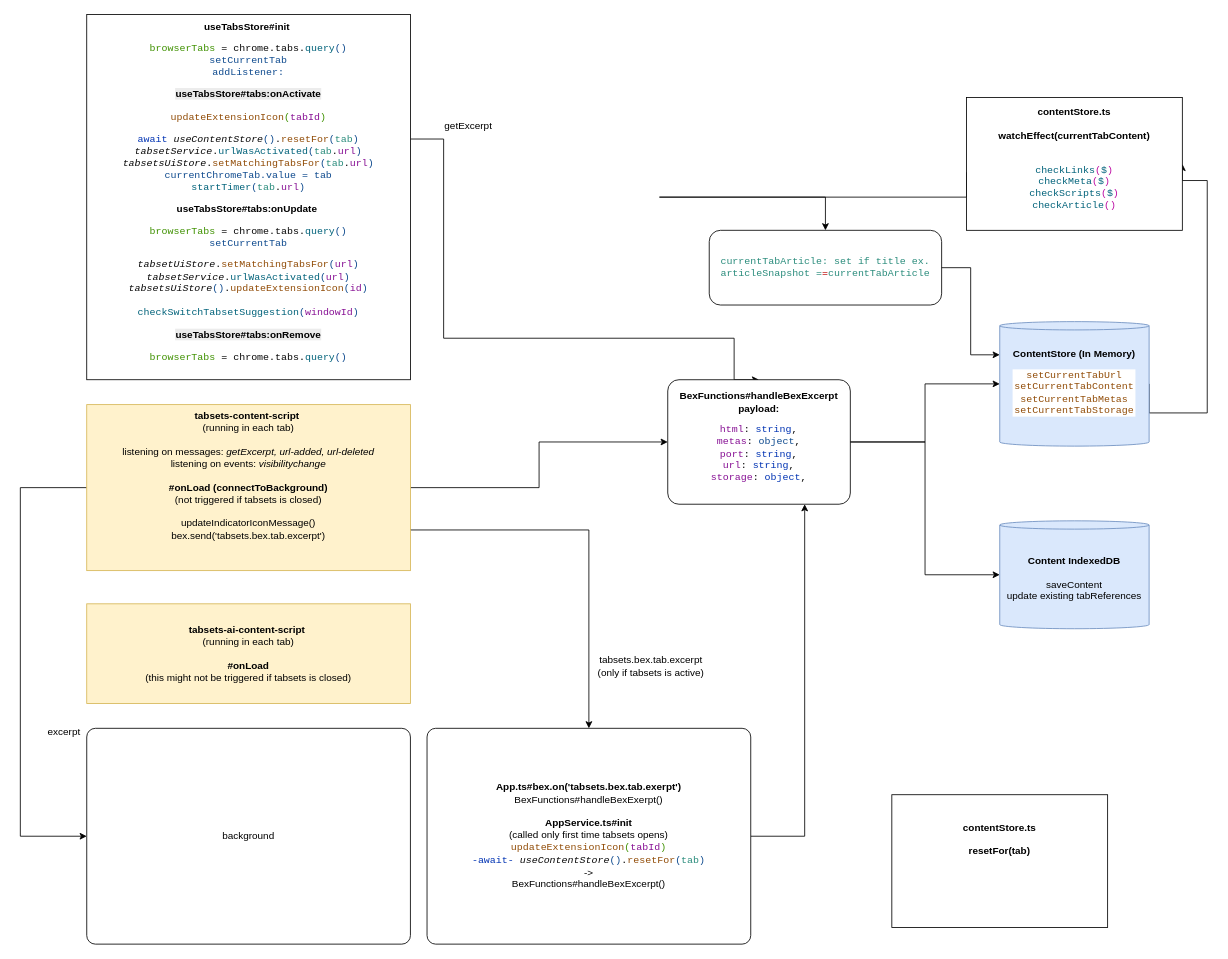
Above: docs/drawio/contentStore.drawio in evandor/tabsets (draw.io), before the change. Source tidied: cells renumbered, new cells numbered last; positions are measured from the earlier drawing's top-left corner, leaving out a move shared by most shapes. Both pictures are drawn from the tidied source at 83%, with x=0, y=0 at pixel (20, 14).
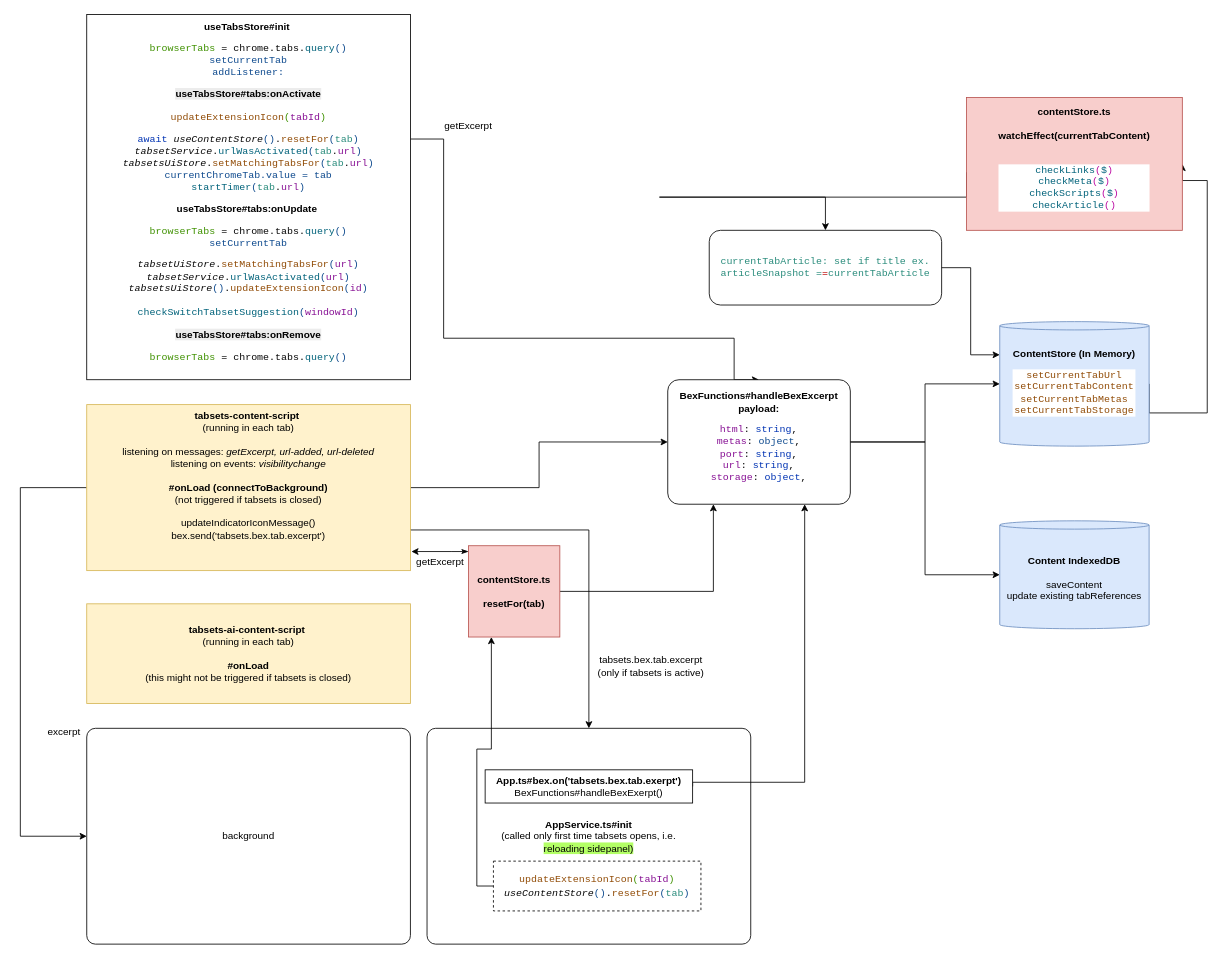
Above is the later version.

Unchanged cells that the change refers to:
```xml
<mxCell id="5" value="&lt;b&gt;tabsets-content-script&amp;nbsp;&lt;/b&gt;&lt;br&gt;(running in each tab)&lt;div&gt;&lt;br&gt;&lt;/div&gt;&lt;div&gt;listening on messages: &lt;i&gt;getExcerpt, url-added, url-deleted&lt;/i&gt;&lt;br&gt;listening on events: &lt;i&gt;visibilitychange&lt;/i&gt;&lt;br&gt;&lt;div&gt;&lt;b&gt;&lt;br&gt;&lt;/b&gt;&lt;/div&gt;&lt;div&gt;&lt;b&gt;#onLoad (connectToBackground)&lt;/b&gt;&lt;/div&gt;&lt;div&gt;(not triggered if tabsets is closed)&lt;br&gt;&lt;br&gt;updateIndicatorIconMessage()&lt;/div&gt;&lt;div&gt;bex.send('tabsets.bex.tab.excerpt')&lt;/div&gt;&lt;div&gt;&lt;b&gt;&lt;br&gt;&lt;/b&gt;&lt;/div&gt;&lt;div&gt;&lt;br&gt;&lt;/div&gt;&lt;/div&gt;" style="rounded=0;whiteSpace=wrap;html=1;fillColor=#fff2cc;strokeColor=#d6b656;" parent="1" vertex="1">
  <mxGeometry x="80" y="470" width="390" height="200" as="geometry" />
</mxCell>
<mxCell id="13" value="&lt;b&gt;BexFunctions#handleBexExcerpt&lt;br&gt;payload:&lt;br&gt;&lt;/b&gt;&lt;div style=&quot;background-color: rgb(255, 255, 255);&quot;&gt;&lt;pre style=&quot;font-family: &amp;quot;JetBrains Mono&amp;quot;, monospace;&quot;&gt;&lt;span style=&quot;color: rgb(135, 16, 148);&quot;&gt;html&lt;/span&gt;&lt;font color=&quot;#080808&quot;&gt;: &lt;/font&gt;&lt;span style=&quot;color: rgb(0, 51, 179);&quot;&gt;string&lt;/span&gt;&lt;font color=&quot;#080808&quot;&gt;,&lt;br&gt;&lt;/font&gt;&lt;span style=&quot;color: rgb(135, 16, 148);&quot;&gt;metas&lt;/span&gt;&lt;font color=&quot;#080808&quot;&gt;: &lt;/font&gt;&lt;font color=&quot;#0e4a8e&quot;&gt;object&lt;/font&gt;&lt;font color=&quot;#080808&quot;&gt;,&lt;br&gt;&lt;/font&gt;&lt;span style=&quot;color: rgb(135, 16, 148);&quot;&gt;port&lt;/span&gt;&lt;font color=&quot;#080808&quot;&gt;: &lt;/font&gt;&lt;span style=&quot;color: rgb(0, 51, 179);&quot;&gt;string&lt;/span&gt;&lt;font color=&quot;#080808&quot;&gt;,&lt;br&gt;&lt;/font&gt;&lt;span style=&quot;color: rgb(135, 16, 148);&quot;&gt;url&lt;/span&gt;&lt;font color=&quot;#080808&quot;&gt;: &lt;/font&gt;&lt;span style=&quot;color: rgb(0, 51, 179);&quot;&gt;string&lt;/span&gt;&lt;font color=&quot;#080808&quot;&gt;,&lt;br&gt;&lt;/font&gt;&lt;span style=&quot;color: rgb(135, 16, 148);&quot;&gt;storage&lt;/span&gt;&lt;font color=&quot;#080808&quot;&gt;: &lt;/font&gt;&lt;span style=&quot;color: rgb(0, 51, 179);&quot;&gt;object&lt;/span&gt;&lt;font color=&quot;#080808&quot;&gt;,&lt;/font&gt;&lt;/pre&gt;&lt;/div&gt;" style="rounded=1;whiteSpace=wrap;html=1;arcSize=9;" parent="1" vertex="1">
  <mxGeometry x="780" y="440" width="220" height="150" as="geometry" />
</mxCell>
```

The edit, as a diff of the source:
```diff
@@
-    <mxCell id="16" value="&lt;b&gt;contentStore.ts&lt;/b&gt;&lt;div&gt;&lt;b&gt;&lt;br&gt;&lt;/b&gt;&lt;/div&gt;&lt;div&gt;&lt;b&gt;watchEffect(currentTabContent)&lt;br&gt;&lt;br&gt;&lt;/b&gt;&lt;div style=&quot;background-color:#ffffff;color:#080808&quot;&gt;&lt;pre style=&quot;font-family:'JetBrains Mono',monospace;font-size:9,8pt;&quot;&gt;&lt;span style=&quot;color:#00627a;&quot;&gt;checkLinks&lt;/span&gt;&lt;span style=&quot;color:#bc0ba2;&quot;&gt;(&lt;/span&gt;&lt;span style=&quot;color:#00627a;&quot;&gt;$&lt;/span&gt;&lt;span style=&quot;color:#bc0ba2;&quot;&gt;)&lt;br&gt;&lt;/span&gt;&lt;span style=&quot;color:#00627a;&quot;&gt;checkMeta&lt;/span&gt;&lt;span style=&quot;color:#bc0ba2;&quot;&gt;(&lt;/span&gt;&lt;span style=&quot;color:#00627a;&quot;&gt;$&lt;/span&gt;&lt;span style=&quot;color:#bc0ba2;&quot;&gt;)&lt;br&gt;&lt;/span&gt;&lt;span style=&quot;color:#00627a;&quot;&gt;checkScripts&lt;/span&gt;&lt;span style=&quot;color:#bc0ba2;&quot;&gt;(&lt;/span&gt;&lt;span style=&quot;color:#00627a;&quot;&gt;$&lt;/span&gt;&lt;span style=&quot;color:#bc0ba2;&quot;&gt;)&lt;br&gt;&lt;/span&gt;&lt;span style=&quot;color:#00627a;&quot;&gt;checkArticle&lt;/span&gt;&lt;span style=&quot;color:#bc0ba2;&quot;&gt;()&lt;/span&gt;&lt;/pre&gt;&lt;/div&gt;&lt;/div&gt;" style="rounded=0;whiteSpace=wrap;html=1;" parent="1" vertex="1">
+    <mxCell id="16" value="&lt;b&gt;contentStore.ts&lt;/b&gt;&lt;div&gt;&lt;b&gt;&lt;br&gt;&lt;/b&gt;&lt;/div&gt;&lt;div&gt;&lt;b&gt;watchEffect(currentTabContent)&lt;br&gt;&lt;br&gt;&lt;/b&gt;&lt;div style=&quot;background-color:#ffffff;color:#080808&quot;&gt;&lt;pre style=&quot;font-family:'JetBrains Mono',monospace;font-size:9,8pt;&quot;&gt;&lt;span style=&quot;color:#00627a;&quot;&gt;checkLinks&lt;/span&gt;&lt;span style=&quot;color:#bc0ba2;&quot;&gt;(&lt;/span&gt;&lt;span style=&quot;color:#00627a;&quot;&gt;$&lt;/span&gt;&lt;span style=&quot;color:#bc0ba2;&quot;&gt;)&lt;br&gt;&lt;/span&gt;&lt;span style=&quot;color:#00627a;&quot;&gt;checkMeta&lt;/span&gt;&lt;span style=&quot;color:#bc0ba2;&quot;&gt;(&lt;/span&gt;&lt;span style=&quot;color:#00627a;&quot;&gt;$&lt;/span&gt;&lt;span style=&quot;color:#bc0ba2;&quot;&gt;)&lt;br&gt;&lt;/span&gt;&lt;span style=&quot;color:#00627a;&quot;&gt;checkScripts&lt;/span&gt;&lt;span style=&quot;color:#bc0ba2;&quot;&gt;(&lt;/span&gt;&lt;span style=&quot;color:#00627a;&quot;&gt;$&lt;/span&gt;&lt;span style=&quot;color:#bc0ba2;&quot;&gt;)&lt;br&gt;&lt;/span&gt;&lt;span style=&quot;color:#00627a;&quot;&gt;checkArticle&lt;/span&gt;&lt;span style=&quot;color:#bc0ba2;&quot;&gt;()&lt;/span&gt;&lt;/pre&gt;&lt;/div&gt;&lt;/div&gt;" style="rounded=0;whiteSpace=wrap;html=1;fillColor=#f8cecc;strokeColor=#b85450;" parent="1" vertex="1">
       <mxGeometry x="1140" y="100" width="260" height="160" as="geometry" />
     </mxCell>
@@
+    <mxCell id="22" value="&lt;div&gt;&lt;br&gt;&lt;/div&gt;&lt;div&gt;&lt;b&gt;&lt;br&gt;&lt;/b&gt;&lt;/div&gt;&lt;div&gt;&lt;b&gt;AppService.ts#init&lt;/b&gt;&lt;br&gt;(&lt;span style=&quot;background-color: transparent; color: light-dark(rgb(0, 0, 0), rgb(255, 255, 255));&quot;&gt;called only first time tabsets opens, i.e.&lt;/span&gt;&lt;/div&gt;&lt;div&gt;&lt;span style=&quot;color: light-dark(rgb(0, 0, 0), rgb(255, 255, 255)); background-color: rgb(179, 255, 102);&quot;&gt;reloading sidepanel)&lt;/span&gt;&lt;/div&gt;&lt;div&gt;&lt;br&gt;&lt;/div&gt;&lt;div&gt;&lt;br&gt;&lt;/div&gt;" style="rounded=1;whiteSpace=wrap;html=1;arcSize=4;" parent="1" vertex="1">
+      <mxGeometry x="490" y="860" width="390" height="260" as="geometry" />
+    </mxCell>
-    <mxCell id="21" style="edgeStyle=orthogonalEdgeStyle;rounded=0;jettySize=auto;html=1;entryX=0.75;entryY=1;entryDx=0;entryDy=0;exitX=1;exitY=0.5;exitDx=0;exitDy=0;" parent="1" edge="1" source="22" target="13">
-      <mxGeometry relative="1" as="geometry" />
+    <mxCell id="21" style="edgeStyle=orthogonalEdgeStyle;rounded=0;jettySize=auto;html=1;entryX=0.75;entryY=1;entryDx=0;entryDy=0;exitX=1;exitY=0.5;exitDx=0;exitDy=0;" parent="1" edge="1" source="31" target="13">
+      <mxGeometry relative="1" as="geometry">
+        <Array as="points">
+          <mxPoint x="810" y="925" />
+          <mxPoint x="945" y="925" />
+        </Array>
+      </mxGeometry>
     </mxCell>
-    <mxCell id="22" value="&lt;div&gt;&lt;b&gt;App.ts#bex.on('tabsets.bex.tab.exerpt')&lt;/b&gt;&lt;br&gt;BexFunctions#handleBexExerpt()&lt;/div&gt;&lt;div&gt;&lt;b&gt;&lt;br&gt;&lt;/b&gt;&lt;/div&gt;&lt;div&gt;&lt;b&gt;AppService.ts#init&lt;/b&gt;&lt;br&gt;(&lt;span style=&quot;background-color: transparent; color: light-dark(rgb(0, 0, 0), rgb(255, 255, 255));&quot;&gt;called only first time tabsets opens&lt;/span&gt;&lt;span style=&quot;background-color: transparent; color: light-dark(rgb(0, 0, 0), rgb(255, 255, 255));&quot;&gt;)&lt;/span&gt;&lt;/div&gt;&lt;div&gt;&lt;span style=&quot;background-color: transparent; font-family: &amp;quot;JetBrains Mono&amp;quot;, monospace; color: rgb(145, 76, 7);&quot;&gt;updateExtensionIcon&lt;/span&gt;&lt;span style=&quot;background-color: transparent; font-family: &amp;quot;JetBrains Mono&amp;quot;, monospace; color: rgb(63, 145, 1);&quot;&gt;(&lt;/span&gt;&lt;span style=&quot;background-color: transparent; font-family: &amp;quot;JetBrains Mono&amp;quot;, monospace; color: rgb(135, 16, 148);&quot;&gt;tabId&lt;/span&gt;&lt;span style=&quot;background-color: transparent; font-family: &amp;quot;JetBrains Mono&amp;quot;, monospace; color: rgb(63, 145, 1);&quot;&gt;)&lt;br&gt;&lt;/span&gt;&lt;span style=&quot;font-family: &amp;quot;JetBrains Mono&amp;quot;, monospace; background-color: transparent; color: rgb(0, 51, 179);&quot;&gt;-await-&amp;nbsp;&lt;/span&gt;&lt;span style=&quot;color: rgb(8, 8, 8); font-family: &amp;quot;JetBrains Mono&amp;quot;, monospace; background-color: transparent; font-style: italic;&quot;&gt;useContentStore&lt;/span&gt;&lt;span style=&quot;font-family: &amp;quot;JetBrains Mono&amp;quot;, monospace; background-color: transparent; color: rgb(14, 74, 142);&quot;&gt;()&lt;/span&gt;&lt;span style=&quot;color: rgb(8, 8, 8); font-family: &amp;quot;JetBrains Mono&amp;quot;, monospace; background-color: transparent;&quot;&gt;.&lt;/span&gt;&lt;span style=&quot;font-family: &amp;quot;JetBrains Mono&amp;quot;, monospace; background-color: transparent; color: rgb(145, 76, 7);&quot;&gt;resetFor&lt;/span&gt;&lt;span style=&quot;font-family: &amp;quot;JetBrains Mono&amp;quot;, monospace; background-color: transparent; color: rgb(14, 74, 142);&quot;&gt;(&lt;/span&gt;&lt;span style=&quot;font-family: &amp;quot;JetBrains Mono&amp;quot;, monospace; background-color: transparent; color: rgb(42, 140, 124);&quot;&gt;tab&lt;/span&gt;&lt;span style=&quot;font-family: &amp;quot;JetBrains Mono&amp;quot;, monospace; background-color: transparent; color: rgb(14, 74, 142);&quot;&gt;)&lt;/span&gt;&lt;/div&gt;&lt;div&gt;-&amp;gt;&lt;br&gt;BexFunctions#handleBexExcerpt()&lt;span style=&quot;background-color: light-dark(rgb(255, 255, 255), rgb(18, 18, 18)); color: light-dark(rgb(6, 125, 23), rgb(84, 186, 99)); font-family: &amp;quot;JetBrains Mono&amp;quot;, monospace;&quot;&gt;&lt;/span&gt;&lt;/div&gt;" style="rounded=1;whiteSpace=wrap;html=1;arcSize=4;" parent="1" vertex="1">
-      <mxGeometry x="490" y="860" width="390" height="260" as="geometry" />
-    </mxCell>
@@
+    <mxCell id="26" style="edgeStyle=orthogonalEdgeStyle;rounded=0;jettySize=auto;html=1;entryX=0.25;entryY=1;entryDx=0;entryDy=0;" parent="1" edge="1" source="25" target="13">
+      <mxGeometry relative="1" as="geometry" />
+    </mxCell>
-    <mxCell id="25" value="&lt;b&gt;contentStore.ts&lt;/b&gt;&lt;div&gt;&lt;b&gt;&lt;br&gt;&lt;/b&gt;&lt;/div&gt;&lt;div&gt;&lt;b&gt;resetFor(tab)&lt;br&gt;&lt;br&gt;&lt;/b&gt;&lt;div style=&quot;background-color: rgb(255, 255, 255); color: rgb(8, 8, 8);&quot;&gt;&lt;pre style=&quot;font-family:'JetBrains Mono',monospace;font-size:9,8pt;&quot;&gt;&lt;br&gt;&lt;/pre&gt;&lt;/div&gt;&lt;/div&gt;" style="rounded=0;whiteSpace=wrap;html=1;" parent="1" vertex="1">
-      <mxGeometry x="1050" y="940" width="260" height="160" as="geometry" />
+    <mxCell id="25" value="&lt;b&gt;contentStore.ts&lt;/b&gt;&lt;div&gt;&lt;b&gt;&lt;br&gt;&lt;/b&gt;&lt;/div&gt;&lt;div&gt;&lt;b&gt;resetFor(tab)&lt;/b&gt;&lt;/div&gt;" style="rounded=0;whiteSpace=wrap;html=1;fillColor=#f8cecc;strokeColor=#b85450;" parent="1" vertex="1">
+      <mxGeometry x="540" y="640" width="110" height="110" as="geometry" />
     </mxCell>
+    <mxCell id="27" style="edgeStyle=orthogonalEdgeStyle;rounded=0;jettySize=auto;html=1;entryX=0.25;entryY=1;entryDx=0;entryDy=0;exitX=0;exitY=0.5;exitDx=0;exitDy=0;" parent="1" edge="1" source="28" target="25">
+      <mxGeometry relative="1" as="geometry" />
+    </mxCell>
+    <mxCell id="28" value="&lt;span style=&quot;background-color: transparent; font-family: &amp;quot;JetBrains Mono&amp;quot;, monospace; color: rgb(145, 76, 7);&quot;&gt;updateExtensionIcon&lt;/span&gt;&lt;span style=&quot;background-color: transparent; font-family: &amp;quot;JetBrains Mono&amp;quot;, monospace; color: rgb(63, 145, 1);&quot;&gt;(&lt;/span&gt;&lt;span style=&quot;background-color: transparent; font-family: &amp;quot;JetBrains Mono&amp;quot;, monospace; color: rgb(135, 16, 148);&quot;&gt;tabId&lt;/span&gt;&lt;span style=&quot;background-color: transparent; font-family: &amp;quot;JetBrains Mono&amp;quot;, monospace; color: rgb(63, 145, 1);&quot;&gt;)&lt;br&gt;&lt;/span&gt;&lt;span style=&quot;background-color: transparent; color: rgb(8, 8, 8); font-family: &amp;quot;JetBrains Mono&amp;quot;, monospace; font-style: italic;&quot;&gt;useContentStore&lt;/span&gt;&lt;span style=&quot;background-color: transparent; font-family: &amp;quot;JetBrains Mono&amp;quot;, monospace; color: rgb(14, 74, 142);&quot;&gt;()&lt;/span&gt;&lt;span style=&quot;background-color: transparent; color: rgb(8, 8, 8); font-family: &amp;quot;JetBrains Mono&amp;quot;, monospace;&quot;&gt;.&lt;/span&gt;&lt;span style=&quot;background-color: transparent; font-family: &amp;quot;JetBrains Mono&amp;quot;, monospace; color: rgb(145, 76, 7);&quot;&gt;resetFor&lt;/span&gt;&lt;span style=&quot;background-color: transparent; font-family: &amp;quot;JetBrains Mono&amp;quot;, monospace; color: rgb(14, 74, 142);&quot;&gt;(&lt;/span&gt;&lt;span style=&quot;background-color: transparent; font-family: &amp;quot;JetBrains Mono&amp;quot;, monospace; color: rgb(42, 140, 124);&quot;&gt;tab&lt;/span&gt;&lt;span style=&quot;background-color: transparent; font-family: &amp;quot;JetBrains Mono&amp;quot;, monospace; color: rgb(14, 74, 142);&quot;&gt;)&lt;/span&gt;" style="rounded=0;whiteSpace=wrap;html=1;dashed=1;" parent="1" vertex="1">
+      <mxGeometry x="570" y="1020" width="250" height="60" as="geometry" />
+    </mxCell>
+    <mxCell id="29" style="edgeStyle=orthogonalEdgeStyle;rounded=0;jettySize=auto;html=1;entryX=1.003;entryY=0.885;entryDx=0;entryDy=0;entryPerimeter=0;startArrow=classicThin;startFill=1;" parent="1" edge="1" source="25" target="5">
+      <mxGeometry relative="1" as="geometry">
+        <Array as="points">
+          <mxPoint x="520" y="647" />
+          <mxPoint x="520" y="647" />
+        </Array>
+      </mxGeometry>
+    </mxCell>
+    <mxCell id="30" value="getExcerpt" style="text;html=1;align=center;verticalAlign=middle;whiteSpace=wrap;rounded=0;" parent="1" vertex="1">
+      <mxGeometry x="476" y="645" width="60" height="30" as="geometry" />
+    </mxCell>
+    <mxCell id="31" value="&lt;b&gt;App.ts#bex.on('tabsets.bex.tab.exerpt')&lt;/b&gt;&lt;br&gt;BexFunctions#handleBexExerpt()" style="rounded=0;whiteSpace=wrap;html=1;" parent="1" vertex="1">
+      <mxGeometry x="560" y="910" width="250" height="40" as="geometry" />
+    </mxCell>
```
